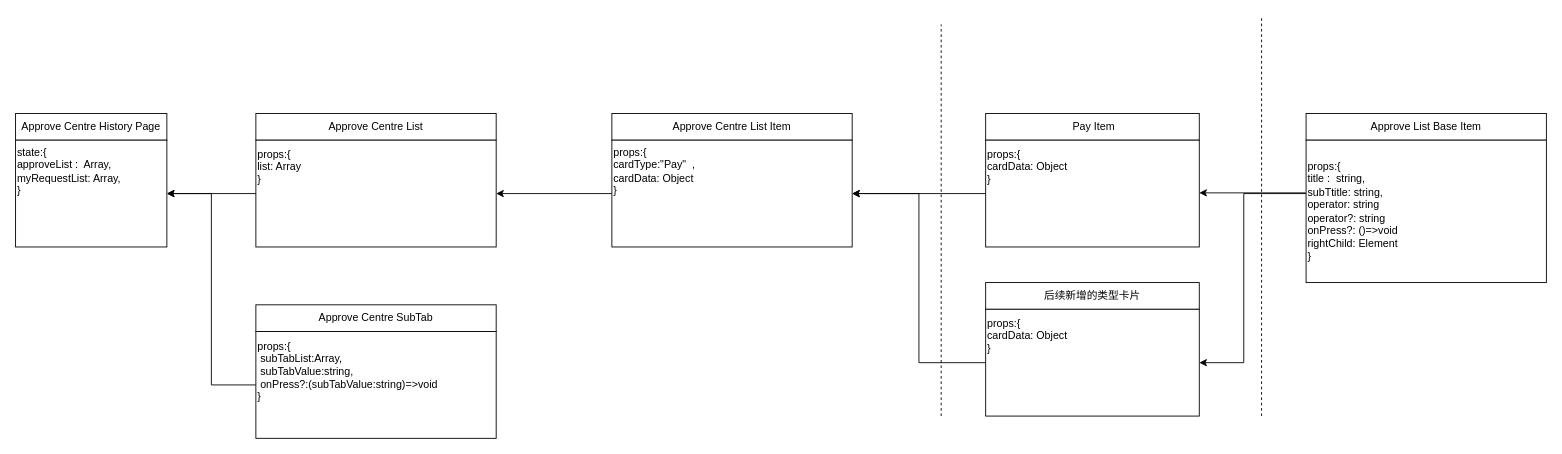
Before: page "第 5 页" (5 of 5) of approveCentre.drawio in RexYao97/sfrex, a draw.io diagram. Source tidied: cells renumbered, new cells numbered last; positions are measured from the earlier drawing's top-left corner, leaving out a move shared by most shapes. Both pictures are drawn from the tidied source at 89%, with x=0, y=0 at pixel (15, 15).
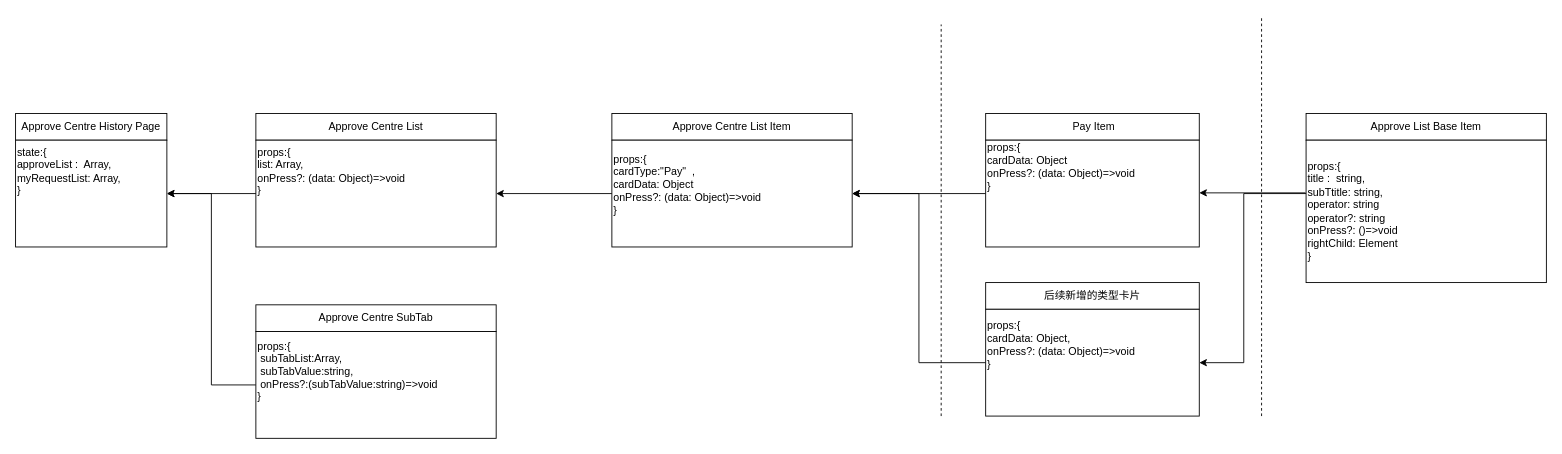
The same diagram, later.

What changed in the source:
```diff
@@
-    <mxCell id="19" value="props:{&lt;br&gt;list: Array&lt;br&gt;}" style="text;html=1;align=left;verticalAlign=middle;strokeColor=none;fillColor=none;" parent="1" vertex="1">
-      <mxGeometry x="270" y="140" width="70" height="60" as="geometry" />
+    <mxCell id="19" value="props:{&lt;br&gt;list: Array,&lt;br&gt;onPress?: (data: Object)=&amp;gt;void&lt;br&gt;}" style="text;html=1;align=left;verticalAlign=middle;strokeColor=none;fillColor=none;" parent="1" vertex="1">
+      <mxGeometry x="270" y="140" width="190" height="70" as="geometry" />
     </mxCell>
-    <mxCell id="20" value="props:{&lt;br&gt;cardType:&quot;Pay&quot;&amp;nbsp; ,&lt;br&gt;cardData: Object&lt;br&gt;}" style="text;html=1;align=left;verticalAlign=middle;strokeColor=none;fillColor=none;" parent="1" vertex="1">
-      <mxGeometry x="670" y="140" width="120" height="70" as="geometry" />
+    <mxCell id="20" value="props:{&lt;br&gt;cardType:&quot;Pay&quot;&amp;nbsp; ,&lt;br&gt;cardData: Object&lt;br&gt;onPress?: (data: Object)=&amp;gt;void&lt;br&gt;}" style="text;html=1;align=left;verticalAlign=middle;strokeColor=none;fillColor=none;" parent="1" vertex="1">
+      <mxGeometry x="670" y="145" width="190" height="90" as="geometry" />
     </mxCell>
-    <mxCell id="21" value="props:{&lt;br&gt;cardData: Object&lt;br&gt;}" style="text;html=1;align=left;verticalAlign=middle;strokeColor=none;fillColor=none;" parent="1" vertex="1">
-      <mxGeometry x="1090" y="140" width="110" height="60" as="geometry" />
+    <mxCell id="21" value="props:{&lt;br&gt;cardData: Object&lt;br&gt;onPress?: (data: Object)=&amp;gt;void&lt;br&gt;}" style="text;html=1;align=left;verticalAlign=middle;strokeColor=none;fillColor=none;" parent="1" vertex="1">
+      <mxGeometry x="1090" y="135" width="190" height="70" as="geometry" />
     </mxCell>
@@
-    <mxCell id="27" value="props:{&lt;br style=&quot;border-color: var(--border-color);&quot;&gt;cardData: Object&lt;br style=&quot;border-color: var(--border-color);&quot;&gt;}" style="text;html=1;align=left;verticalAlign=middle;strokeColor=none;fillColor=none;" parent="1" vertex="1">
-      <mxGeometry x="1090" y="330" width="110" height="60" as="geometry" />
+    <mxCell id="27" value="props:{&lt;br style=&quot;border-color: var(--border-color);&quot;&gt;cardData: Object,&lt;br&gt;onPress?: (data: Object)=&amp;gt;void&lt;br style=&quot;border-color: var(--border-color);&quot;&gt;}" style="text;html=1;align=left;verticalAlign=middle;strokeColor=none;fillColor=none;" parent="1" vertex="1">
+      <mxGeometry x="1090" y="335" width="190" height="70" as="geometry" />
     </mxCell>
```
